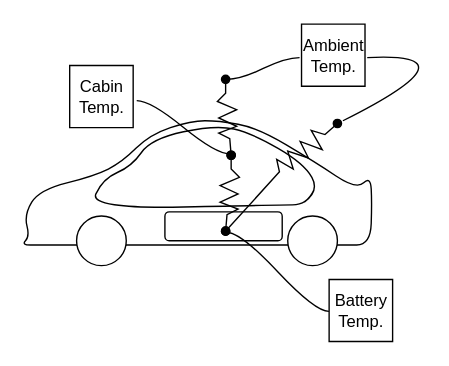
calbaker/vector_graphics keeps this draw.io diagram as BEV thrml model diagram.drawio. Above is the earlier version. Source tidied: cells renumbered, new cells numbered last; positions are measured from the earlier drawing's top-left corner, leaving out a move shared by most shapes. Both pictures are drawn from the tidied source at 138%, with x=0, y=0 at pixel (21, 23).
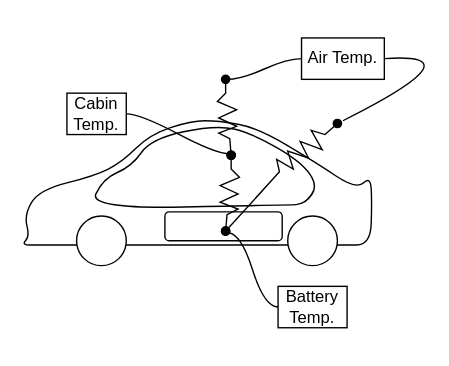
The same page after the edit.

Commit message:
proper text boxes

Diff of the diagram source:
```diff
@@
-    <mxCell id="10" style="edgeStyle=entityRelationEdgeStyle;startArrow=none;endArrow=none;segment=10;curved=1;sourcePerimeterSpacing=0;targetPerimeterSpacing=0;rounded=0;entryX=-0.003;entryY=0.514;entryDx=0;entryDy=0;entryPerimeter=0;" parent="1" edge="1" target="16">
+    <mxCell id="10" style="edgeStyle=entityRelationEdgeStyle;startArrow=none;endArrow=none;segment=10;curved=1;sourcePerimeterSpacing=0;targetPerimeterSpacing=0;rounded=0;entryX=0;entryY=0.5;entryDx=0;entryDy=0;" parent="1" edge="1" target="16">
       <mxGeometry relative="1" as="geometry">
         <mxPoint x="149" y="151" as="sourcePoint" />
       </mxGeometry>
     </mxCell>
-    <mxCell id="11" style="edgeStyle=entityRelationEdgeStyle;startArrow=none;endArrow=none;segment=10;curved=1;sourcePerimeterSpacing=0;targetPerimeterSpacing=0;rounded=0;entryX=-0.031;entryY=0.539;entryDx=0;entryDy=0;entryPerimeter=0;" parent="1" edge="1" target="14">
+    <mxCell id="11" style="edgeStyle=entityRelationEdgeStyle;startArrow=none;endArrow=none;segment=10;curved=1;sourcePerimeterSpacing=0;targetPerimeterSpacing=0;rounded=0;entryX=0;entryY=0.5;entryDx=0;entryDy=0;" parent="1" edge="1" target="17">
       <mxGeometry relative="1" as="geometry">
         <mxPoint x="149" y="40" as="sourcePoint" />
         <Array as="points">
           <mxPoint x="151" y="39" />
         </Array>
       </mxGeometry>
     </mxCell>
-    <mxCell id="12" style="edgeStyle=entityRelationEdgeStyle;startArrow=none;endArrow=none;segment=10;curved=1;sourcePerimeterSpacing=0;targetPerimeterSpacing=0;rounded=0;exitX=1.056;exitY=0.565;exitDx=0;exitDy=0;exitPerimeter=0;" parent="1" edge="1" source="13">
+    <mxCell id="12" style="edgeStyle=entityRelationEdgeStyle;startArrow=none;endArrow=none;segment=10;curved=1;sourcePerimeterSpacing=0;targetPerimeterSpacing=0;rounded=0;exitX=1;exitY=0.5;exitDx=0;exitDy=0;" parent="1" edge="1" source="13">
       <mxGeometry relative="1" as="geometry">
         <mxPoint x="151" y="94" as="targetPoint" />
         <Array as="points">
           <mxPoint x="211" y="8" />
         </Array>
       </mxGeometry>
     </mxCell>
+    <mxCell id="15" style="curved=1;endArrow=none;html=1;rounded=0;endFill=0;exitX=1;exitY=0.5;exitDx=0;exitDy=0;" parent="1" edge="1" source="17">
+      <mxGeometry relative="1" as="geometry">
+        <mxPoint x="233" y="70" as="targetPoint" />
+        <Array as="points">
+          <mxPoint x="333" y="20" />
+        </Array>
+      </mxGeometry>
+    </mxCell>
+    <mxCell id="17" value="Air Temp." style="text;html=1;align=center;verticalAlign=middle;whiteSpace=wrap;rounded=0;strokeColor=default;" parent="1" vertex="1">
+      <mxGeometry x="203" y="10" width="60" height="30" as="geometry" />
+    </mxCell>
-    <mxCell id="13" value="Cabin&lt;br&gt;Temp." style="verticalLabelPosition=middle;verticalAlign=middle;html=1;shape=mxgraph.basic.rect;fillColor2=none;strokeWidth=1;size=20;indent=5;labelPosition=center;align=center;" parent="1" vertex="1">
-      <mxGeometry x="35" y="30" width="46" height="45" as="geometry" />
+    <mxCell id="13" value="Cabin Temp." style="text;html=1;align=center;verticalAlign=middle;whiteSpace=wrap;rounded=0;strokeColor=default;" parent="1" vertex="1">
+      <mxGeometry x="33" y="50" width="43" height="30" as="geometry" />
     </mxCell>
-    <mxCell id="14" value="Ambient&lt;br&gt;Temp." style="verticalLabelPosition=middle;verticalAlign=middle;html=1;shape=mxgraph.basic.rect;fillColor2=none;strokeWidth=1;size=20;indent=5;labelPosition=center;align=center;" parent="1" vertex="1">
-      <mxGeometry x="203" width="46" height="45" as="geometry" />
-    </mxCell>
-    <mxCell id="15" style="curved=1;endArrow=none;html=1;rounded=0;endFill=0;exitX=1.035;exitY=0.539;exitDx=0;exitDy=0;exitPerimeter=0;" parent="1" edge="1" source="14">
-      <mxGeometry relative="1" as="geometry">
-        <mxPoint x="233" y="70" as="targetPoint" />
-        <Array as="points">
-          <mxPoint x="333" y="20" />
-        </Array>
-      </mxGeometry>
-    </mxCell>
-    <mxCell id="16" value="Battery&lt;br&gt;Temp." style="verticalLabelPosition=middle;verticalAlign=middle;html=1;shape=mxgraph.basic.rect;fillColor2=none;strokeWidth=1;size=20;indent=5;labelPosition=center;align=center;" parent="1" vertex="1">
-      <mxGeometry x="223" y="185" width="46" height="45" as="geometry" />
+    <mxCell id="16" value="Battery Temp." style="text;html=1;align=center;verticalAlign=middle;whiteSpace=wrap;rounded=0;strokeColor=default;" parent="1" vertex="1">
+      <mxGeometry x="186" y="190" width="50" height="30" as="geometry" />
     </mxCell>
```
